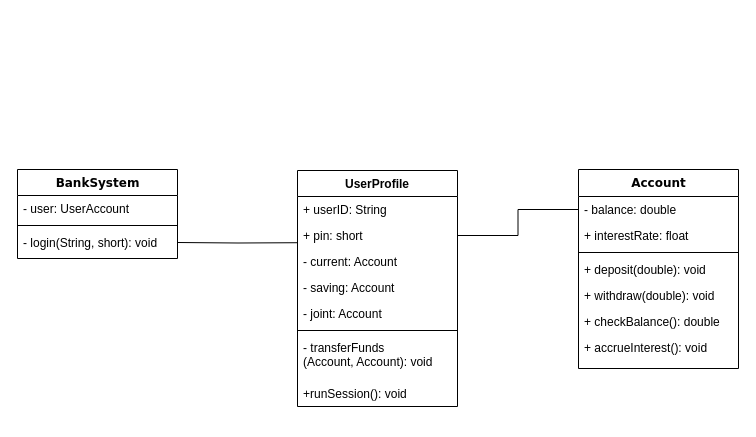
Earlier version of the draw.io diagram Assign1/Planning/Assign1Diagram.drawio (DevAcademyUK/TomMichiels). Source tidied: cells renumbered, new cells numbered last; positions are measured from the earlier drawing's top-left corner, leaving out a move shared by most shapes. Both pictures are drawn from the tidied source at 100%, with x=0, y=0 at pixel (17, 169).
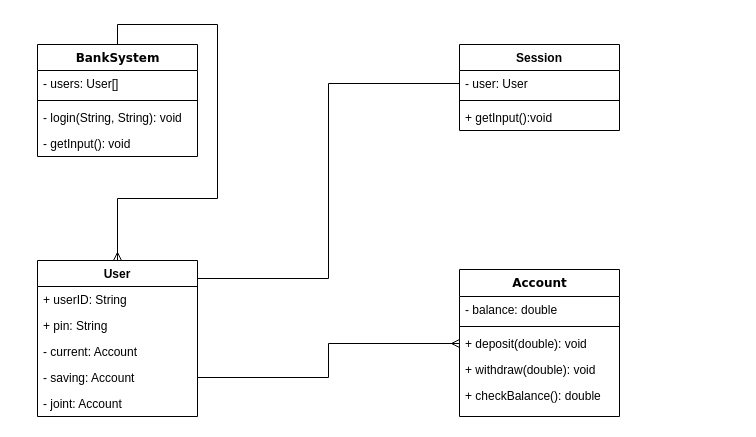
Above is the later version.

The change refers to these unchanged cells:
```xml
<mxCell id="7" value="- balance: double&amp;nbsp;" style="text;html=1;strokeColor=none;fillColor=none;align=left;verticalAlign=top;spacingLeft=4;spacingRight=4;whiteSpace=wrap;overflow=hidden;points=[[0,0.5],[1,0.5]];portConstraint=eastwest;" parent="6" vertex="1">
  <mxGeometry y="27" width="160" height="26" as="geometry" />
</mxCell>
<mxCell id="18" value="- saving: Account" style="text;strokeColor=none;fillColor=none;align=left;verticalAlign=top;spacingLeft=4;spacingRight=4;overflow=hidden;points=[[0,0.5],[1,0.5]];portConstraint=eastwest;" parent="14" vertex="1">
  <mxGeometry y="104" width="160" height="26" as="geometry" />
</mxCell>
```

The edit, as a diff of the source:
```diff
@@
+    <mxCell id="25" style="edgeStyle=orthogonalEdgeStyle;rounded=0;jettySize=auto;html=1;exitX=0.5;exitY=0;exitDx=0;exitDy=0;entryX=0.5;entryY=0;entryDx=0;entryDy=0;endArrow=ERmany;endFill=0;" parent="1" edge="1" source="2" target="14">
+      <mxGeometry relative="1" as="geometry">
+        <Array as="points">
+          <mxPoint x="100" y="-145" />
+          <mxPoint x="200" y="-145" />
+          <mxPoint x="200" y="29" />
+          <mxPoint x="100" y="29" />
+        </Array>
+      </mxGeometry>
+    </mxCell>
     <mxCell id="2" value="BankSystem" style="swimlane;html=1;fontStyle=1;align=center;verticalAlign=top;horizontal=1;startSize=26;swimlaneFillColor=#ffffff;rounded=0;shadow=0;comic=0;labelBackgroundColor=none;strokeColor=#000000;strokeWidth=1;fillColor=none;fontFamily=Verdana;fontSize=12;fontColor=#000000;" parent="1" vertex="1">
-      <mxGeometry width="160" height="89" as="geometry" />
+      <mxGeometry x="20" y="-125" width="160" height="112" as="geometry" />
     </mxCell>
-    <mxCell id="3" value="- user: UserAccount" style="text;html=1;strokeColor=none;fillColor=none;align=left;verticalAlign=top;spacingLeft=4;spacingRight=4;whiteSpace=wrap;overflow=hidden;" parent="2" vertex="1">
+    <mxCell id="3" value="- users: User[]" style="text;html=1;strokeColor=none;fillColor=none;align=left;verticalAlign=top;spacingLeft=4;spacingRight=4;whiteSpace=wrap;overflow=hidden;" parent="2" vertex="1">
       <mxGeometry y="26" width="160" height="26" as="geometry" />
     </mxCell>
@@
-    <mxCell id="5" value="- login(String, short): void" style="text;strokeColor=none;fillColor=none;align=left;verticalAlign=top;spacingLeft=4;spacingRight=4;overflow=hidden;" parent="2" vertex="1">
+    <mxCell id="5" value="- login(String, String): void" style="text;strokeColor=none;fillColor=none;align=left;verticalAlign=top;spacingLeft=4;spacingRight=4;overflow=hidden;" parent="2" vertex="1">
       <mxGeometry y="60" width="160" height="26" as="geometry" />
     </mxCell>
     <mxCell id="6" value="Account" style="swimlane;html=1;fontStyle=1;align=center;verticalAlign=top;horizontal=1;startSize=27;swimlaneFillColor=#ffffff;rounded=0;shadow=0;comic=0;labelBackgroundColor=none;strokeColor=#000000;strokeWidth=1;fillColor=none;fontFamily=Verdana;fontSize=12;fontColor=#000000;" parent="1" vertex="1">
-      <mxGeometry x="561" width="160" height="199" as="geometry" />
+      <mxGeometry x="442" y="100" width="160" height="147" as="geometry" />
     </mxCell>
@@
-    <mxCell id="8" value="+ interestRate: float" style="text;strokeColor=none;fillColor=none;align=left;verticalAlign=top;spacingLeft=4;spacingRight=4;overflow=hidden;" parent="6" vertex="1">
-      <mxGeometry y="53" width="160" height="26" as="geometry" />
-    </mxCell>
     <mxCell id="9" style="line;html=1;strokeWidth=1;fillColor=none;align=left;verticalAlign=middle;spacingTop=-1;spacingLeft=3;spacingRight=3;labelPosition=right;" parent="6" vertex="1">
-      <mxGeometry y="79" width="160" height="8" as="geometry" />
+      <mxGeometry y="53" width="160" height="8" as="geometry" />
     </mxCell>
     <mxCell id="10" value="+ deposit(double): void" style="text;html=1;strokeColor=none;fillColor=none;align=left;verticalAlign=top;spacingLeft=4;spacingRight=4;whiteSpace=wrap;overflow=hidden;points=[[0,0.5],[1,0.5]];portConstraint=eastwest;" parent="6" vertex="1">
-      <mxGeometry y="87" width="160" height="26" as="geometry" />
+      <mxGeometry y="61" width="160" height="26" as="geometry" />
     </mxCell>
     <mxCell id="11" value="+ withdraw(double): void&lt;br&gt;" style="text;html=1;strokeColor=none;fillColor=none;align=left;verticalAlign=top;spacingLeft=4;spacingRight=4;whiteSpace=wrap;overflow=hidden;" parent="6" vertex="1">
-      <mxGeometry y="113" width="160" height="26" as="geometry" />
+      <mxGeometry y="87" width="160" height="26" as="geometry" />
     </mxCell>
     <mxCell id="12" value="+ checkBalance(): double" style="text;strokeColor=none;fillColor=none;align=left;verticalAlign=top;spacingLeft=4;spacingRight=4;overflow=hidden;" parent="6" vertex="1">
-      <mxGeometry y="139" width="160" height="26" as="geometry" />
+      <mxGeometry y="113" width="160" height="26" as="geometry" />
     </mxCell>
-    <mxCell id="13" value="+ accrueInterest(): void" style="text;strokeColor=none;fillColor=none;align=left;verticalAlign=top;spacingLeft=4;spacingRight=4;overflow=hidden;" parent="6" vertex="1">
-      <mxGeometry y="165" width="160" height="26" as="geometry" />
-    </mxCell>
-    <mxCell id="14" value="UserProfile" style="swimlane;fontStyle=1;align=center;verticalAlign=top;horizontal=1;startSize=26;" parent="1" vertex="1">
-      <mxGeometry x="280" y="1" width="160" height="236" as="geometry" />
+    <mxCell id="14" value="User" style="swimlane;fontStyle=1;align=center;verticalAlign=top;horizontal=1;startSize=26;" parent="1" vertex="1">
+      <mxGeometry x="20" y="91" width="160" height="156" as="geometry" />
     </mxCell>
@@
-    <mxCell id="16" value="+ pin: short" style="text;strokeColor=none;fillColor=none;align=left;verticalAlign=top;spacingLeft=4;spacingRight=4;overflow=hidden;points=[[0,0.5],[1,0.5]];portConstraint=eastwest;" parent="14" vertex="1">
+    <mxCell id="16" value="+ pin: String" style="text;strokeColor=none;fillColor=none;align=left;verticalAlign=top;spacingLeft=4;spacingRight=4;overflow=hidden;points=[[0,0.5],[1,0.5]];portConstraint=eastwest;" parent="14" vertex="1">
       <mxGeometry y="52" width="160" height="26" as="geometry" />
     </mxCell>
@@
-    <mxCell id="20" style="line;strokeWidth=1;fillColor=none;align=left;verticalAlign=middle;spacingTop=-1;spacingLeft=3;spacingRight=3;labelPosition=right;" parent="14" vertex="1">
-      <mxGeometry y="156" width="160" height="8" as="geometry" />
-    </mxCell>
-    <mxCell id="21" value="- transferFunds&#10;(Account, Account): void" style="text;strokeColor=none;fillColor=none;align=left;verticalAlign=top;spacingLeft=4;spacingRight=4;overflow=hidden;" parent="14" vertex="1">
-      <mxGeometry y="164" width="160" height="46" as="geometry" />
-    </mxCell>
-    <mxCell id="22" value="+runSession(): void" style="text;strokeColor=none;fillColor=none;align=left;verticalAlign=top;spacingLeft=4;spacingRight=4;overflow=hidden;" parent="14" vertex="1">
-      <mxGeometry y="210" width="160" height="26" as="geometry" />
-    </mxCell>
-    <mxCell id="23" style="edgeStyle=orthogonalEdgeStyle;rounded=0;jettySize=auto;html=1;exitX=1;exitY=0.5;exitDx=0;exitDy=0;entryX=-0.003;entryY=0.778;entryDx=0;entryDy=0;entryPerimeter=0;strokeColor=#000000;endArrow=none;endFill=0;" parent="1" edge="1" target="16">
-      <mxGeometry relative="1" as="geometry">
-        <mxPoint x="160" y="73" as="sourcePoint" />
-      </mxGeometry>
-    </mxCell>
-    <mxCell id="24" style="edgeStyle=orthogonalEdgeStyle;rounded=0;jettySize=auto;html=1;exitX=1;exitY=0.5;exitDx=0;exitDy=0;entryX=0;entryY=0.5;entryDx=0;entryDy=0;endArrow=none;endFill=0;" parent="1" edge="1" source="16" target="7">
-      <mxGeometry relative="1" as="geometry" />
-    </mxCell>
+    <mxCell id="26" value="Session" style="swimlane;fontStyle=1;align=center;verticalAlign=top;horizontal=1;startSize=26;" parent="1" vertex="1">
+      <mxGeometry x="442" y="-125" width="160" height="86" as="geometry" />
+    </mxCell>
+    <mxCell id="27" value="- user: User" style="text;strokeColor=none;fillColor=none;align=left;verticalAlign=top;spacingLeft=4;spacingRight=4;overflow=hidden;points=[[0,0.5],[1,0.5]];portConstraint=eastwest;" parent="26" vertex="1">
+      <mxGeometry y="26" width="160" height="26" as="geometry" />
+    </mxCell>
+    <mxCell id="28" style="line;strokeWidth=1;fillColor=none;align=left;verticalAlign=middle;spacingTop=-1;spacingLeft=3;spacingRight=3;labelPosition=right;" parent="26" vertex="1">
+      <mxGeometry y="52" width="160" height="8" as="geometry" />
+    </mxCell>
+    <mxCell id="29" value="+ getInput():void" style="text;strokeColor=none;fillColor=none;align=left;verticalAlign=top;spacingLeft=4;spacingRight=4;overflow=hidden;" parent="26" vertex="1">
+      <mxGeometry y="60" width="160" height="26" as="geometry" />
+    </mxCell>
+    <mxCell id="30" value="- getInput(): void" style="text;strokeColor=none;fillColor=none;align=left;verticalAlign=top;spacingLeft=4;spacingRight=4;overflow=hidden;" parent="1" vertex="1">
+      <mxGeometry x="20" y="-39" width="160" height="26" as="geometry" />
+    </mxCell>
+    <mxCell id="31" style="edgeStyle=orthogonalEdgeStyle;rounded=0;jettySize=auto;html=1;exitX=0;exitY=0.5;exitDx=0;exitDy=0;endArrow=none;endFill=0;entryX=1;entryY=0.5;entryDx=0;entryDy=0;" parent="1" edge="1" source="27" target="16">
+      <mxGeometry relative="1" as="geometry">
+        <Array as="points">
+          <mxPoint x="311" y="-86" />
+          <mxPoint x="311" y="109" />
+          <mxPoint x="180" y="109" />
+        </Array>
+      </mxGeometry>
+    </mxCell>
+    <mxCell id="32" style="edgeStyle=orthogonalEdgeStyle;rounded=0;jettySize=auto;html=1;exitX=1;exitY=0.5;exitDx=0;exitDy=0;entryX=0;entryY=0.5;entryDx=0;entryDy=0;endArrow=ERmany;endFill=0;" parent="1" edge="1" source="18" target="10">
+      <mxGeometry relative="1" as="geometry" />
+    </mxCell>
```
